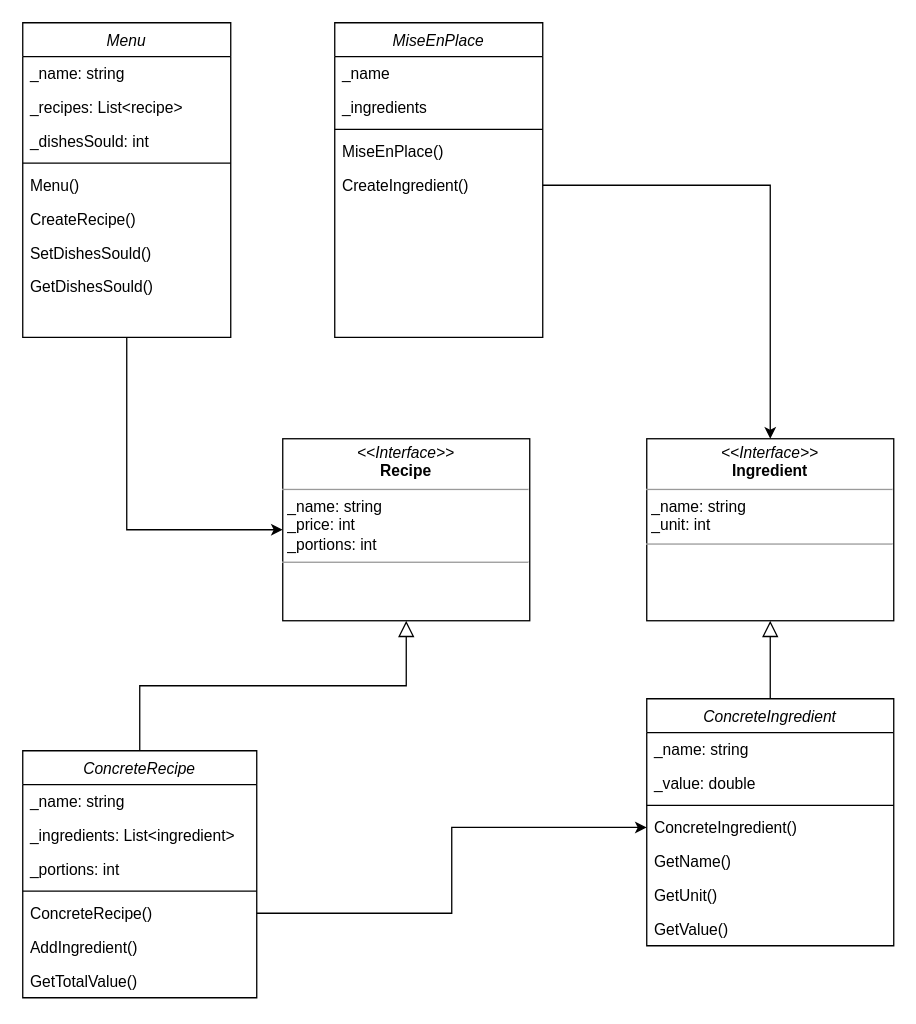
neorgon/cse210-hw keeps this draw.io diagram as assets/FinalProjectRestaurant.drawio. Above is the earlier version. Source tidied: cells renumbered, new cells numbered last; positions are measured from the earlier drawing's top-left corner, leaving out a move shared by most shapes. Both pictures are drawn from the tidied source at 130%, with x=0, y=0 at pixel (22, 22).
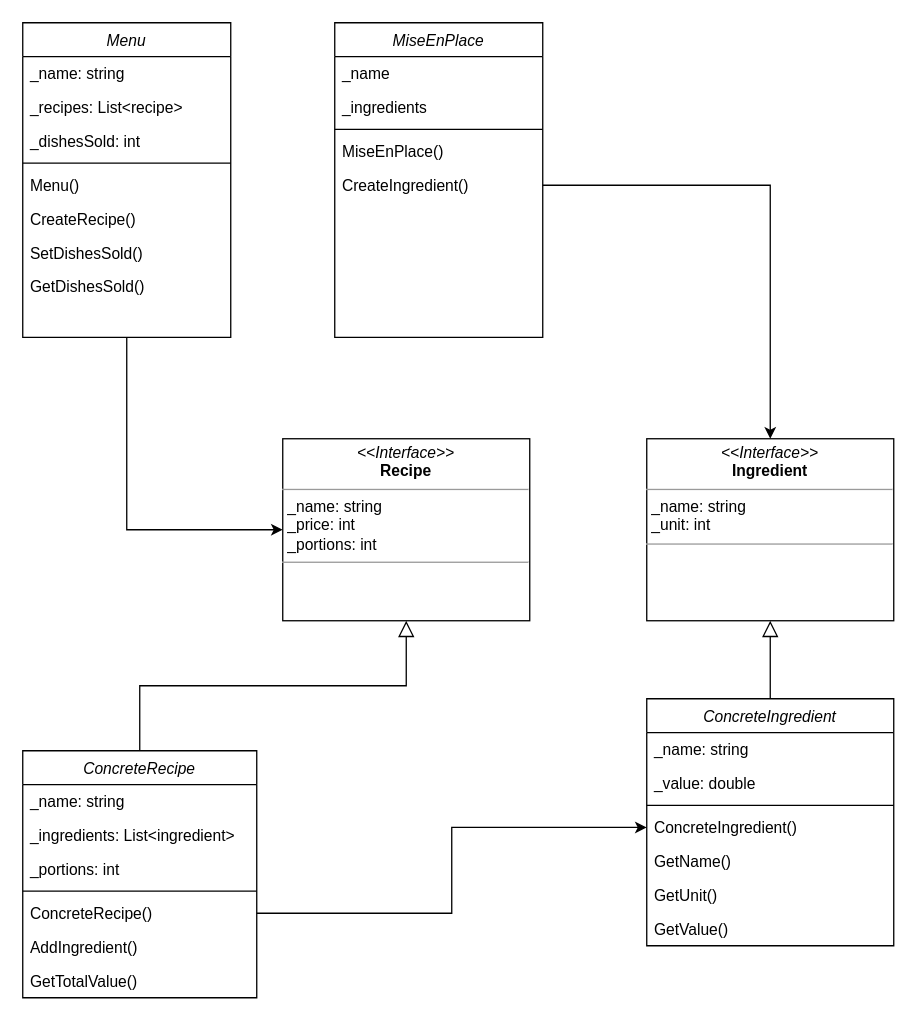
The same diagram, later.

Commit message:
Update name of menu class methods

Unchanged cells that the change refers to:
```xml
<mxCell id="3" value="Menu" style="swimlane;fontStyle=2;align=center;verticalAlign=top;horizontal=1;startSize=26;rounded=0;shadow=0;strokeWidth=1;" parent="1" vertex="1">
  <mxGeometry width="160" height="242" as="geometry" />
</mxCell>
```

The edit, as a diff of the source:
```diff
@@
-    <mxCell id="6" value="_dishesSould: int" style="text;align=left;verticalAlign=top;spacingLeft=4;spacingRight=4;overflow=hidden;" parent="3" vertex="1">
+    <mxCell id="6" value="_dishesSold: int" style="text;align=left;verticalAlign=top;spacingLeft=4;spacingRight=4;overflow=hidden;" parent="3" vertex="1">
       <mxGeometry y="78" width="160" height="26" as="geometry" />
     </mxCell>
@@
-    <mxCell id="10" value="SetDishesSould()" style="text;align=left;verticalAlign=top;spacingLeft=4;spacingRight=4;overflow=hidden;" parent="3" vertex="1">
+    <mxCell id="10" value="SetDishesSold()" style="text;align=left;verticalAlign=top;spacingLeft=4;spacingRight=4;overflow=hidden;" parent="3" vertex="1">
       <mxGeometry y="164" width="160" height="26" as="geometry" />
     </mxCell>
-    <mxCell id="11" value="GetDishesSould()" style="text;align=left;verticalAlign=top;spacingLeft=4;spacingRight=4;overflow=hidden;" parent="3" vertex="1">
+    <mxCell id="11" value="GetDishesSold()" style="text;align=left;verticalAlign=top;spacingLeft=4;spacingRight=4;overflow=hidden;" parent="3" vertex="1">
       <mxGeometry y="190" width="160" height="26" as="geometry" />
     </mxCell>
```
